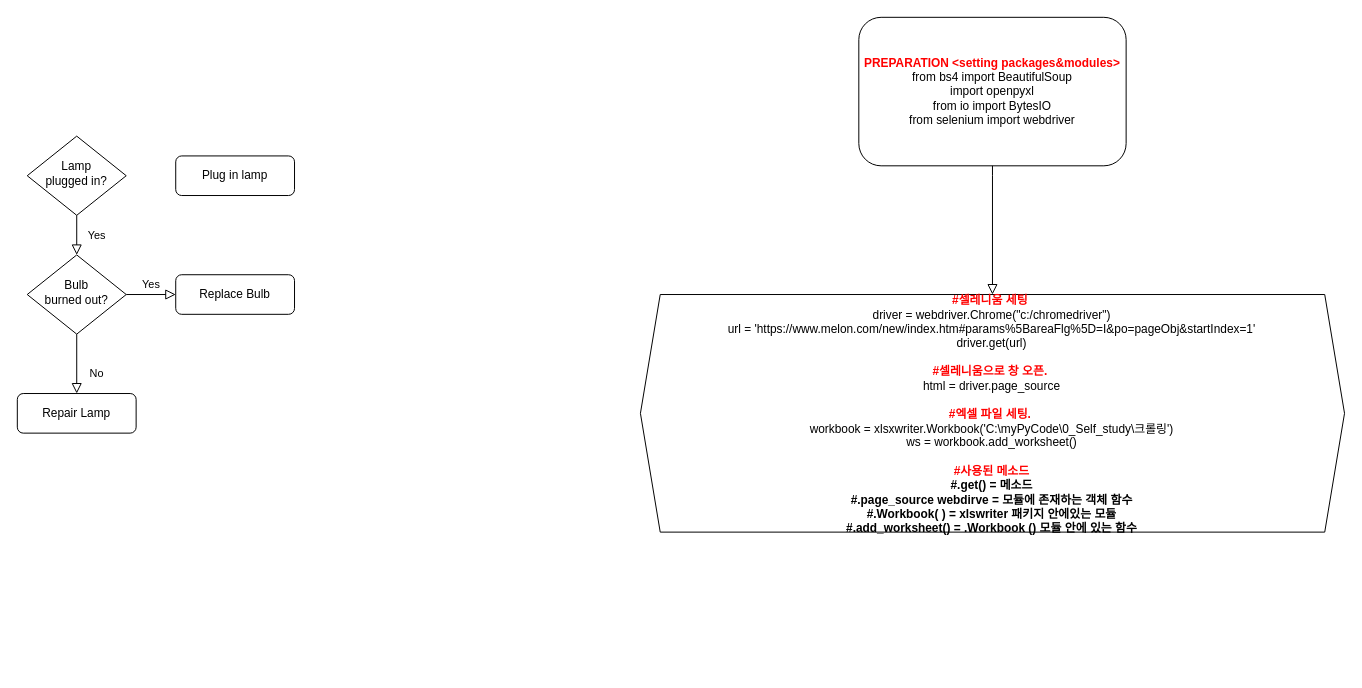
This is Untitled Diagram.drawio from kimsk920825/daily_commit, a draw.io file, before an edit. Source tidied: cells renumbered, new cells numbered last; positions are measured from the earlier drawing's top-left corner, leaving out a move shared by most shapes. Both pictures are drawn from the tidied source at 99%, with x=0, y=0 at pixel (17, 17).
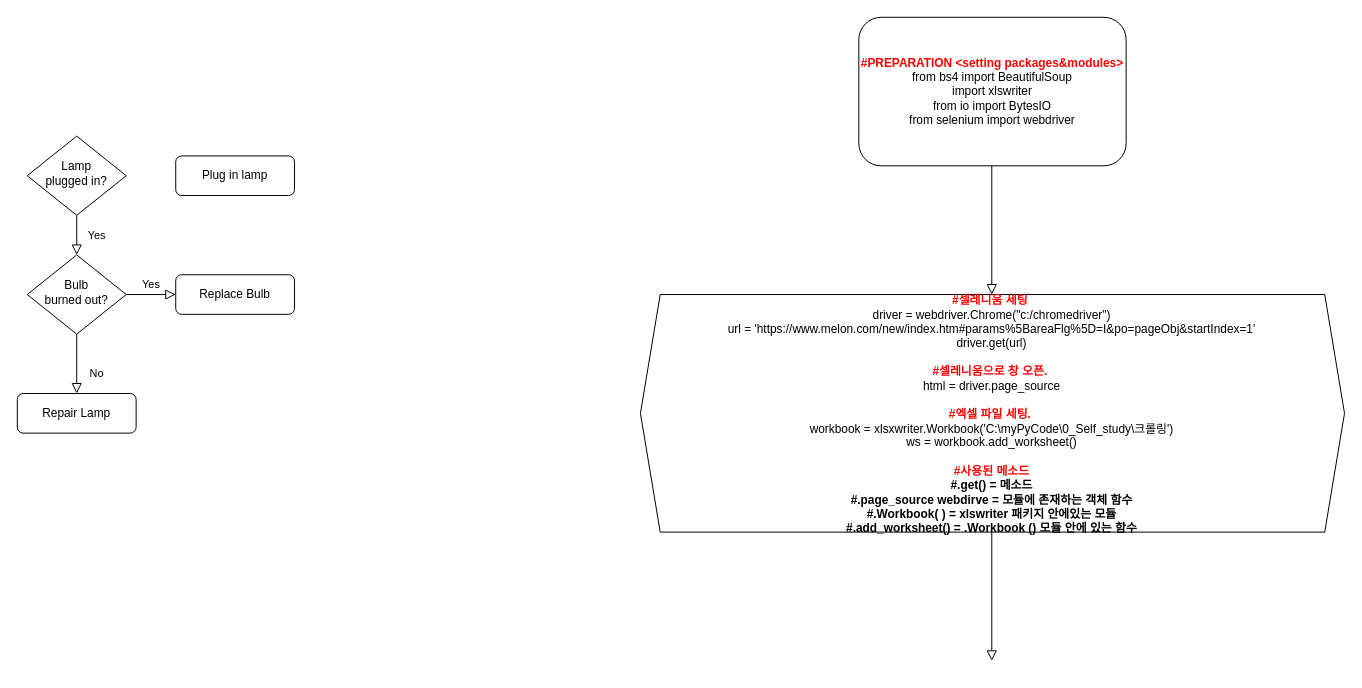
The same diagram, later.

Change to the diagram source:
```diff
@@
 <mxGraphModel>
   <root>
     <mxCell id="0" />
     <mxCell id="1" parent="0" />
     <mxCell id="2" value="&lt;div&gt;&lt;b&gt;&lt;font color=&quot;#ff0000&quot;&gt;#셀레니움 세팅&amp;nbsp;&lt;/font&gt;&lt;/b&gt;&lt;/div&gt;&lt;div&gt;driver = webdriver.Chrome(&quot;c:/chromedriver&quot;)&lt;/div&gt;&lt;div&gt;url = 'https://www.melon.com/new/index.htm#params%5BareaFlg%5D=I&amp;amp;po=pageObj&amp;amp;startIndex=1'&lt;/div&gt;&lt;div&gt;driver.get(url)&lt;/div&gt;&lt;div&gt;&lt;br&gt;&lt;/div&gt;&lt;div&gt;&lt;font color=&quot;#ff0000&quot;&gt;&lt;b&gt;#셀레니움으로 창 오픈.&amp;nbsp;&lt;/b&gt;&lt;/font&gt;&lt;/div&gt;&lt;div&gt;html = driver.page_source&lt;/div&gt;&lt;div&gt;&lt;br&gt;&lt;/div&gt;&lt;div&gt;&lt;font color=&quot;#ff0000&quot;&gt;&lt;b&gt;#엑셀 파일 세팅.&amp;nbsp;&lt;/b&gt;&lt;/font&gt;&lt;/div&gt;&lt;div&gt;workbook = xlsxwriter.Workbook('C:\myPyCode\0_Self_study\크롤링')&lt;/div&gt;&lt;div&gt;ws = workbook.add_worksheet()&lt;/div&gt;&lt;div&gt;&lt;br&gt;&lt;/div&gt;&lt;div&gt;&lt;b&gt;&lt;font color=&quot;#ff0000&quot;&gt;#사용된 메소드&lt;/font&gt;&lt;/b&gt;&lt;/div&gt;&lt;div&gt;&lt;font&gt;&lt;b&gt;&lt;div&gt;#.get() = 메소드&lt;/div&gt;&lt;div&gt;#.page_source webdirve = 모듈에 존재하는 객체 함수&lt;/div&gt;&lt;div&gt;#.Workbook( ) = xlswriter 패키지 안에있는 모듈&lt;/div&gt;&lt;div&gt;#.add_worksheet() = .Workbook () 모듈 안에 있는 함수&lt;/div&gt;&lt;/b&gt;&lt;/font&gt;&lt;/div&gt;" style="shape=hexagon;perimeter=hexagonPerimeter2;whiteSpace=wrap;html=1;fixedSize=1;spacingTop=2;spacingLeft=0;verticalAlign=middle;" parent="1" vertex="1">
       <mxGeometry x="629.4" y="280" width="711.2" height="240" as="geometry" />
     </mxCell>
-    <mxCell id="3" value="&lt;div&gt;&lt;b&gt;&lt;font color=&quot;#ff0000&quot;&gt;PREPARATION &amp;lt;setting packages&amp;amp;modules&amp;gt;&lt;/font&gt;&lt;/b&gt;&lt;/div&gt;&lt;div&gt;from bs4 import BeautifulSoup&lt;/div&gt;&lt;div&gt;import openpyxl&lt;/div&gt;&lt;div&gt;from io import BytesIO&lt;/div&gt;&lt;div&gt;from selenium import webdriver&lt;/div&gt;" style="rounded=1;whiteSpace=wrap;html=1;fontSize=12;glass=0;strokeWidth=1;shadow=0;labelPosition=center;verticalLabelPosition=middle;align=center;verticalAlign=middle;" parent="1" vertex="1">
+    <mxCell id="3" value="&lt;div&gt;&lt;b&gt;&lt;font color=&quot;#ff0000&quot;&gt;#PREPARATION &amp;lt;setting packages&amp;amp;modules&amp;gt;&lt;/font&gt;&lt;/b&gt;&lt;/div&gt;&lt;div&gt;from bs4 import BeautifulSoup&lt;/div&gt;&lt;div&gt;import xlswriter&lt;/div&gt;&lt;div&gt;from io import BytesIO&lt;/div&gt;&lt;div&gt;from selenium import webdriver&lt;/div&gt;" style="rounded=1;whiteSpace=wrap;html=1;fontSize=12;glass=0;strokeWidth=1;shadow=0;labelPosition=center;verticalLabelPosition=middle;align=center;verticalAlign=middle;" parent="1" vertex="1">
       <mxGeometry x="850" width="270" height="150" as="geometry" />
     </mxCell>
     <mxCell id="4" value="Yes" style="rounded=0;html=1;jettySize=auto;fontSize=11;endArrow=block;endFill=0;endSize=8;strokeWidth=1;shadow=0;labelBackgroundColor=none;edgeStyle=orthogonalEdgeStyle;" parent="1" edge="1" source="5" target="9">
       <mxGeometry y="20" relative="1" as="geometry" />
     </mxCell>
     <mxCell id="5" value="Lamp&lt;br&gt;plugged in?" style="rhombus;whiteSpace=wrap;html=1;shadow=0;fontFamily=Helvetica;fontSize=12;align=center;strokeWidth=1;spacing=6;spacingTop=-4;" parent="1" vertex="1">
       <mxGeometry x="10" y="120" width="100" height="80" as="geometry" />
     </mxCell>
     <mxCell id="6" value="Plug in lamp" style="rounded=1;whiteSpace=wrap;html=1;fontSize=12;glass=0;strokeWidth=1;shadow=0;" parent="1" vertex="1">
       <mxGeometry x="160" y="140" width="120" height="40" as="geometry" />
     </mxCell>
     <mxCell id="7" value="No" style="rounded=0;html=1;jettySize=auto;fontSize=11;endArrow=block;endFill=0;endSize=8;strokeWidth=1;shadow=0;labelBackgroundColor=none;edgeStyle=orthogonalEdgeStyle;" parent="1" edge="1" source="9" target="10">
       <mxGeometry x="0.33" y="20" relative="1" as="geometry" />
     </mxCell>
     <mxCell id="8" value="Yes" style="edgeStyle=orthogonalEdgeStyle;rounded=0;html=1;jettySize=auto;fontSize=11;endArrow=block;endFill=0;endSize=8;strokeWidth=1;shadow=0;labelBackgroundColor=none;" parent="1" edge="1" source="9" target="11">
       <mxGeometry y="10" relative="1" as="geometry" />
     </mxCell>
     <mxCell id="9" value="Bulb&lt;br&gt;burned out?" style="rhombus;whiteSpace=wrap;html=1;shadow=0;fontFamily=Helvetica;fontSize=12;align=center;strokeWidth=1;spacing=6;spacingTop=-4;" parent="1" vertex="1">
       <mxGeometry x="10" y="240" width="100" height="80" as="geometry" />
     </mxCell>
     <mxCell id="10" value="Repair Lamp" style="rounded=1;whiteSpace=wrap;html=1;fontSize=12;glass=0;strokeWidth=1;shadow=0;" parent="1" vertex="1">
       <mxGeometry y="380" width="120" height="40" as="geometry" />
     </mxCell>
     <mxCell id="11" value="Replace Bulb" style="rounded=1;whiteSpace=wrap;html=1;fontSize=12;glass=0;strokeWidth=1;shadow=0;" parent="1" vertex="1">
       <mxGeometry x="160" y="260" width="120" height="40" as="geometry" />
     </mxCell>
-    <mxCell id="12" style="edgeStyle=orthogonalEdgeStyle;rounded=0;html=1;jettySize=auto;fontSize=11;endArrow=block;endFill=0;endSize=8;strokeWidth=1;shadow=0;labelBackgroundColor=none;exitX=0.5;exitY=1;exitDx=0;exitDy=0;" parent="1" edge="1" source="3">
-      <mxGeometry y="10" relative="1" as="geometry">
-        <mxPoint x="985" y="280" as="targetPoint" />
-        <Array as="points">
-          <mxPoint x="985" y="160" />
-        </Array>
-      </mxGeometry>
-    </mxCell>
+    <mxCell id="13" style="edgeStyle=orthogonalEdgeStyle;rounded=0;html=1;jettySize=auto;orthogonalLoop=1;fontSize=11;endArrow=block;endFill=0;endSize=8;strokeWidth=1;shadow=0;labelBackgroundColor=none;exitX=0.5;exitY=1;exitDx=0;exitDy=0;" parent="1" edge="1">
+      <mxGeometry y="10" relative="1" as="geometry">
+        <mxPoint x="984.3" y="520" as="sourcePoint" />
+        <mxPoint x="984.3" y="650" as="targetPoint" />
+        <Array as="points">
+          <mxPoint x="984.3" y="530" />
+        </Array>
+      </mxGeometry>
+    </mxCell>
+    <mxCell id="14" style="edgeStyle=orthogonalEdgeStyle;rounded=0;html=1;jettySize=auto;orthogonalLoop=1;fontSize=11;endArrow=block;endFill=0;endSize=8;strokeWidth=1;shadow=0;labelBackgroundColor=none;exitX=0.5;exitY=1;exitDx=0;exitDy=0;" parent="1" edge="1">
+      <mxGeometry y="10" relative="1" as="geometry">
+        <mxPoint x="984.3" y="150" as="sourcePoint" />
+        <mxPoint x="984.3" y="280" as="targetPoint" />
+        <Array as="points">
+          <mxPoint x="984.3" y="160" />
+        </Array>
+      </mxGeometry>
+    </mxCell>
   </root>
 </mxGraphModel>
```
